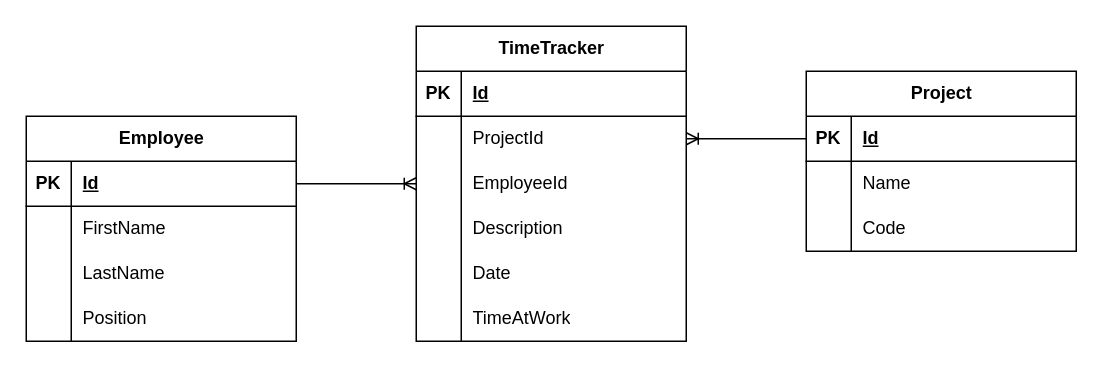
Above: Description/TimeTrackingWorkSystem/TimeTrackingER.drawio in Fox5113/corporate-social-system (draw.io), before the change. Source tidied: cells renumbered, new cells numbered last; positions are measured from the earlier drawing's top-left corner, leaving out a move shared by most shapes. Both pictures are drawn from the tidied source at 150%, with x=0, y=0 at pixel (26, 26).
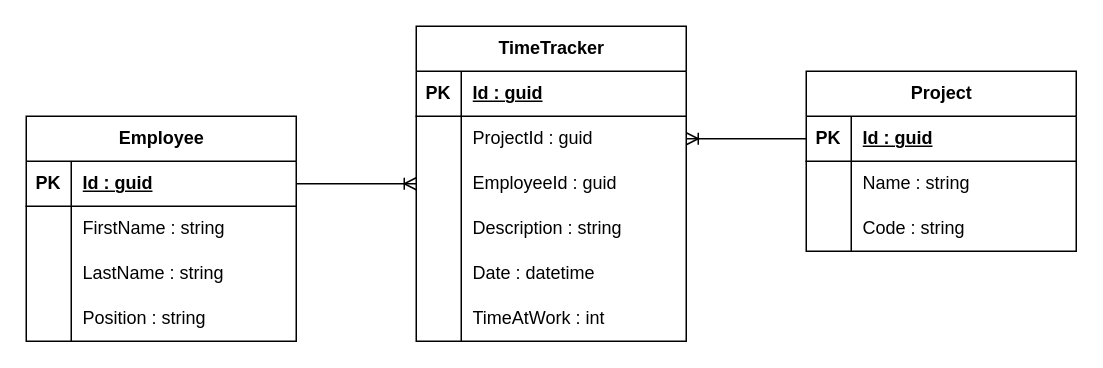
After the change.

The change refers to these unchanged cells:
```xml
<mxCell id="3" style="shape=tableRow;horizontal=0;startSize=0;swimlaneHead=0;swimlaneBody=0;fillColor=none;points=[[0,0.5],[1,0.5]];portConstraint=eastwest;top=0;left=0;right=0;bottom=1;" parent="2" vertex="1">
  <mxGeometry y="30" width="180" height="30" as="geometry" />
</mxCell>
<mxCell id="6" style="shape=tableRow;horizontal=0;startSize=0;swimlaneHead=0;swimlaneBody=0;fillColor=none;top=0;left=0;right=0;bottom=0;" parent="2" vertex="1">
  <mxGeometry y="60" width="180" height="30" as="geometry" />
</mxCell>
<mxCell id="9" style="shape=tableRow;horizontal=0;startSize=0;swimlaneHead=0;swimlaneBody=0;fillColor=none;top=0;left=0;right=0;bottom=0;" parent="2" vertex="1">
  <mxGeometry y="90" width="180" height="30" as="geometry" />
</mxCell>
<mxCell id="12" style="shape=tableRow;horizontal=0;startSize=0;swimlaneHead=0;swimlaneBody=0;fillColor=none;top=0;left=0;right=0;bottom=0;" parent="2" vertex="1">
  <mxGeometry y="120" width="180" height="30" as="geometry" />
</mxCell>
<mxCell id="16" style="shape=tableRow;horizontal=0;startSize=0;swimlaneHead=0;swimlaneBody=0;fillColor=none;points=[[0,0.5],[1,0.5]];portConstraint=eastwest;top=0;left=0;right=0;bottom=1;" parent="15" vertex="1">
  <mxGeometry y="30" width="180" height="30" as="geometry" />
</mxCell>
<mxCell id="19" style="shape=tableRow;horizontal=0;startSize=0;swimlaneHead=0;swimlaneBody=0;fillColor=none;top=0;left=0;right=0;bottom=0;" parent="15" vertex="1">
  <mxGeometry y="60" width="180" height="30" as="geometry" />
</mxCell>
<mxCell id="22" style="shape=tableRow;horizontal=0;startSize=0;swimlaneHead=0;swimlaneBody=0;fillColor=none;top=0;left=0;right=0;bottom=0;" parent="15" vertex="1">
  <mxGeometry y="90" width="180" height="30" as="geometry" />
</mxCell>
<mxCell id="26" style="shape=tableRow;horizontal=0;startSize=0;swimlaneHead=0;swimlaneBody=0;fillColor=none;top=0;left=0;right=0;bottom=1;" parent="25" vertex="1">
  <mxGeometry y="30" width="180" height="30" as="geometry" />
</mxCell>
<mxCell id="29" style="shape=tableRow;horizontal=0;startSize=0;swimlaneHead=0;swimlaneBody=0;fillColor=none;points=[[0,0.5],[1,0.5]];portConstraint=eastwest;top=0;left=0;right=0;bottom=0;" parent="25" vertex="1">
  <mxGeometry y="60" width="180" height="30" as="geometry" />
</mxCell>
<mxCell id="32" style="shape=tableRow;horizontal=0;startSize=0;swimlaneHead=0;swimlaneBody=0;fillColor=none;points=[[0,0.5],[1,0.5]];portConstraint=eastwest;top=0;left=0;right=0;bottom=0;" parent="25" vertex="1">
  <mxGeometry y="90" width="180" height="30" as="geometry" />
</mxCell>
<mxCell id="35" style="shape=tableRow;horizontal=0;startSize=0;swimlaneHead=0;swimlaneBody=0;fillColor=none;top=0;left=0;right=0;bottom=0;" parent="25" vertex="1">
  <mxGeometry y="120" width="180" height="30" as="geometry" />
</mxCell>
<mxCell id="38" style="shape=tableRow;horizontal=0;startSize=0;swimlaneHead=0;swimlaneBody=0;fillColor=none;top=0;left=0;right=0;bottom=0;" parent="25" vertex="1">
  <mxGeometry y="150" width="180" height="30" as="geometry" />
</mxCell>
<mxCell id="41" style="shape=tableRow;horizontal=0;startSize=0;swimlaneHead=0;swimlaneBody=0;fillColor=none;top=0;left=0;right=0;bottom=0;" parent="25" vertex="1">
  <mxGeometry y="180" width="180" height="30" as="geometry" />
</mxCell>
```

What changed in the source:
```diff
@@
-    <mxCell id="5" value="Id" style="shape=partialRectangle;fillColor=none;top=0;left=0;bottom=0;right=0;align=left;spacingLeft=6;fontStyle=5;overflow=hidden;whiteSpace=wrap;html=1;" parent="3" vertex="1">
+    <mxCell id="5" value="Id : guid" style="shape=partialRectangle;fillColor=none;top=0;left=0;bottom=0;right=0;align=left;spacingLeft=6;fontStyle=5;overflow=hidden;whiteSpace=wrap;html=1;" parent="3" vertex="1">
       <mxGeometry x="30" width="150" height="30" as="geometry" />
     </mxCell>
@@
-    <mxCell id="8" value="FirstName" style="shape=partialRectangle;fillColor=none;top=0;left=0;bottom=0;right=0;align=left;spacingLeft=6;overflow=hidden;whiteSpace=wrap;html=1;" parent="6" vertex="1">
+    <mxCell id="8" value="FirstName : string" style="shape=partialRectangle;fillColor=none;top=0;left=0;bottom=0;right=0;align=left;spacingLeft=6;overflow=hidden;whiteSpace=wrap;html=1;" parent="6" vertex="1">
       <mxGeometry x="30" width="150" height="30" as="geometry" />
     </mxCell>
@@
-    <mxCell id="11" value="LastName" style="shape=partialRectangle;fillColor=none;top=0;left=0;bottom=0;right=0;align=left;spacingLeft=6;overflow=hidden;whiteSpace=wrap;html=1;" parent="9" vertex="1">
+    <mxCell id="11" value="LastName : string" style="shape=partialRectangle;fillColor=none;top=0;left=0;bottom=0;right=0;align=left;spacingLeft=6;overflow=hidden;whiteSpace=wrap;html=1;" parent="9" vertex="1">
       <mxGeometry x="30" width="150" height="30" as="geometry" />
     </mxCell>
@@
-    <mxCell id="14" value="Position" style="shape=partialRectangle;fillColor=none;top=0;left=0;bottom=0;right=0;align=left;spacingLeft=6;overflow=hidden;whiteSpace=wrap;html=1;" parent="12" vertex="1">
+    <mxCell id="14" value="Position : string" style="shape=partialRectangle;fillColor=none;top=0;left=0;bottom=0;right=0;align=left;spacingLeft=6;overflow=hidden;whiteSpace=wrap;html=1;" parent="12" vertex="1">
       <mxGeometry x="30" width="150" height="30" as="geometry" />
     </mxCell>
@@
-    <mxCell id="18" value="Id" style="shape=partialRectangle;fillColor=none;top=0;left=0;bottom=0;right=0;align=left;spacingLeft=6;fontStyle=5;overflow=hidden;whiteSpace=wrap;html=1;" parent="16" vertex="1">
+    <mxCell id="18" value="Id : guid" style="shape=partialRectangle;fillColor=none;top=0;left=0;bottom=0;right=0;align=left;spacingLeft=6;fontStyle=5;overflow=hidden;whiteSpace=wrap;html=1;" parent="16" vertex="1">
       <mxGeometry x="30" width="150" height="30" as="geometry" />
     </mxCell>
@@
-    <mxCell id="21" value="Name" style="shape=partialRectangle;fillColor=none;top=0;left=0;bottom=0;right=0;align=left;spacingLeft=6;overflow=hidden;whiteSpace=wrap;html=1;" parent="19" vertex="1">
+    <mxCell id="21" value="Name : string" style="shape=partialRectangle;fillColor=none;top=0;left=0;bottom=0;right=0;align=left;spacingLeft=6;overflow=hidden;whiteSpace=wrap;html=1;" parent="19" vertex="1">
       <mxGeometry x="30" width="150" height="30" as="geometry" />
     </mxCell>
@@
-    <mxCell id="24" value="Code" style="shape=partialRectangle;fillColor=none;top=0;left=0;bottom=0;right=0;align=left;spacingLeft=6;overflow=hidden;whiteSpace=wrap;html=1;" parent="22" vertex="1">
+    <mxCell id="24" value="Code : string" style="shape=partialRectangle;fillColor=none;top=0;left=0;bottom=0;right=0;align=left;spacingLeft=6;overflow=hidden;whiteSpace=wrap;html=1;" parent="22" vertex="1">
       <mxGeometry x="30" width="150" height="30" as="geometry" />
     </mxCell>
@@
-    <mxCell id="28" value="Id" style="shape=partialRectangle;fillColor=none;top=0;left=0;bottom=0;right=0;align=left;spacingLeft=6;fontStyle=5;overflow=hidden;whiteSpace=wrap;html=1;" parent="26" vertex="1">
+    <mxCell id="28" value="Id : guid" style="shape=partialRectangle;fillColor=none;top=0;left=0;bottom=0;right=0;align=left;spacingLeft=6;fontStyle=5;overflow=hidden;whiteSpace=wrap;html=1;" parent="26" vertex="1">
       <mxGeometry x="30" width="150" height="30" as="geometry" />
     </mxCell>
@@
-    <mxCell id="31" value="ProjectId" style="shape=partialRectangle;fillColor=none;top=0;left=0;bottom=0;right=0;align=left;spacingLeft=6;overflow=hidden;whiteSpace=wrap;html=1;" parent="29" vertex="1">
+    <mxCell id="31" value="ProjectId : guid" style="shape=partialRectangle;fillColor=none;top=0;left=0;bottom=0;right=0;align=left;spacingLeft=6;overflow=hidden;whiteSpace=wrap;html=1;" parent="29" vertex="1">
       <mxGeometry x="30" width="150" height="30" as="geometry" />
     </mxCell>
@@
-    <mxCell id="34" value="EmployeeId" style="shape=partialRectangle;fillColor=none;top=0;left=0;bottom=0;right=0;align=left;spacingLeft=6;overflow=hidden;whiteSpace=wrap;html=1;" parent="32" vertex="1">
+    <mxCell id="34" value="EmployeeId : guid" style="shape=partialRectangle;fillColor=none;top=0;left=0;bottom=0;right=0;align=left;spacingLeft=6;overflow=hidden;whiteSpace=wrap;html=1;" parent="32" vertex="1">
       <mxGeometry x="30" width="150" height="30" as="geometry" />
     </mxCell>
@@
-    <mxCell id="37" value="Description" style="shape=partialRectangle;fillColor=none;top=0;left=0;bottom=0;right=0;align=left;spacingLeft=6;overflow=hidden;whiteSpace=wrap;html=1;" parent="35" vertex="1">
+    <mxCell id="37" value="Description : string" style="shape=partialRectangle;fillColor=none;top=0;left=0;bottom=0;right=0;align=left;spacingLeft=6;overflow=hidden;whiteSpace=wrap;html=1;" parent="35" vertex="1">
       <mxGeometry x="30" width="150" height="30" as="geometry" />
     </mxCell>
@@
-    <mxCell id="40" value="Date" style="shape=partialRectangle;fillColor=none;top=0;left=0;bottom=0;right=0;align=left;spacingLeft=6;overflow=hidden;whiteSpace=wrap;html=1;" parent="38" vertex="1">
+    <mxCell id="40" value="Date : datetime" style="shape=partialRectangle;fillColor=none;top=0;left=0;bottom=0;right=0;align=left;spacingLeft=6;overflow=hidden;whiteSpace=wrap;html=1;" parent="38" vertex="1">
       <mxGeometry x="30" width="150" height="30" as="geometry" />
     </mxCell>
@@
-    <mxCell id="43" value="TimeAtWork" style="shape=partialRectangle;fillColor=none;top=0;left=0;bottom=0;right=0;align=left;spacingLeft=6;overflow=hidden;whiteSpace=wrap;html=1;" parent="41" vertex="1">
+    <mxCell id="43" value="TimeAtWork : int" style="shape=partialRectangle;fillColor=none;top=0;left=0;bottom=0;right=0;align=left;spacingLeft=6;overflow=hidden;whiteSpace=wrap;html=1;" parent="41" vertex="1">
       <mxGeometry x="30" width="150" height="30" as="geometry" />
     </mxCell>
```
